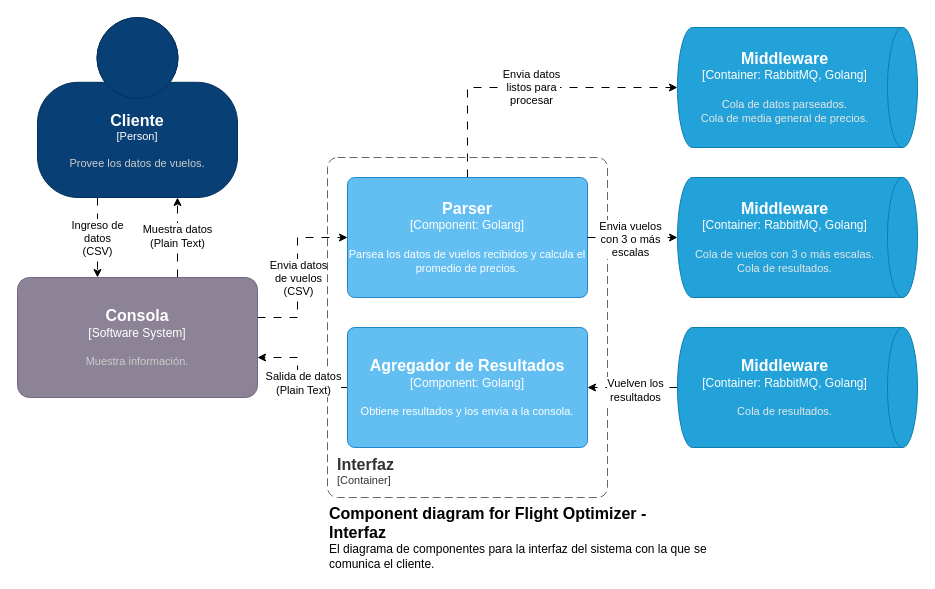
FranciscoPereira987/tp1-distribuidos-grupo5 keeps this draw.io diagram as page "Capa3-Boundaries" (3 of 7) of docs/diagramas/C4model.drawio. Above is the earlier version. Source tidied: cells renumbered, new cells numbered last; positions are measured from the earlier drawing's top-left corner, leaving out a move shared by most shapes. Both pictures are drawn from the tidied source at 100%, with x=0, y=0 at pixel (17, 17).
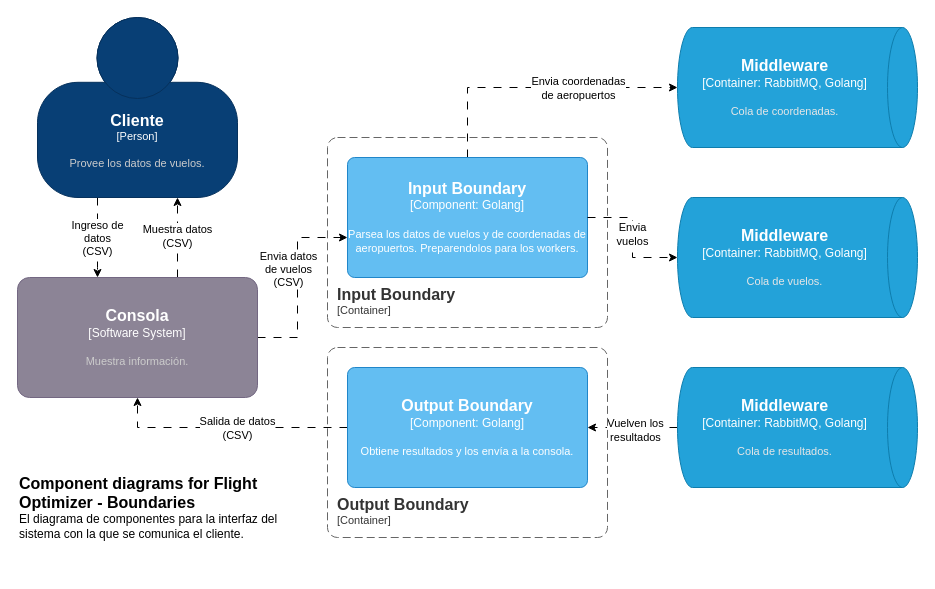
The same diagram, later.

Unchanged cells that the change refers to:
```xml
<mxCell id="14" style="edgeStyle=orthogonalEdgeStyle;rounded=0;jettySize=auto;html=1;dashed=1;dashPattern=8 8;" parent="1" edge="1" source="16" target="5">
  <mxGeometry relative="1" as="geometry">
    <Array as="points">
      <mxPoint x="160" y="250" />
      <mxPoint x="160" y="250" />
    </Array>
  </mxGeometry>
</mxCell>
<object id="16" label="&lt;font style=&quot;font-size: 16px&quot;&gt;&lt;b&gt;%c4Name%&lt;/b&gt;&lt;/font&gt;&lt;div&gt;[%c4Type%]&lt;/div&gt;&lt;br&gt;&lt;div&gt;&lt;font style=&quot;font-size: 11px&quot;&gt;&lt;font color=&quot;#cccccc&quot;&gt;%c4Description%&lt;/font&gt;&lt;/div&gt;" c4Description="Muestra información." c4Name="Consola" c4Type="Software System" placeholders="1">
  <mxCell style="rounded=1;whiteSpace=wrap;html=1;labelBackgroundColor=none;fillColor=#8C8496;fontColor=#ffffff;align=center;arcSize=10;strokeColor=#736782;points=[[0.25,0,0],[0.5,0,0],[0.75,0,0],[1,0.25,0],[1,0.5,0],[1,0.75,0],[0.75,1,0],[0.5,1,0],[0.25,1,0],[0,0.75,0],[0,0.5,0],[0,0.25,0]];" parent="1" vertex="1">
    <mxGeometry y="260" width="240" height="120" as="geometry" />
  </mxCell>
</object>
<mxCell id="22" style="edgeStyle=orthogonalEdgeStyle;rounded=0;jettySize=auto;html=1;dashed=1;dashPattern=8 8;" parent="1" edge="1" source="10" target="24">
  <mxGeometry relative="1" as="geometry" />
</mxCell>
```

Change to the diagram source:
```diff
@@
-    <object id="2" label="&lt;font style=&quot;font-size: 16px&quot;&gt;&lt;b&gt;&lt;div style=&quot;text-align: left&quot;&gt;%c4Name%&lt;/div&gt;&lt;/b&gt;&lt;/font&gt;&lt;div style=&quot;text-align: left&quot;&gt;[%c4Application%]&lt;/div&gt;" c4Application="Container" c4Name="Interfaz" placeholders="1">
+    <object id="2" label="&lt;font style=&quot;font-size: 16px&quot;&gt;&lt;b&gt;&lt;div style=&quot;text-align: left&quot;&gt;%c4Name%&lt;/div&gt;&lt;/b&gt;&lt;/font&gt;&lt;div style=&quot;text-align: left&quot;&gt;[%c4Application%]&lt;/div&gt;" c4Application="Container" c4Name="Input Boundary" placeholders="1">
       <mxCell style="rounded=1;fontSize=11;whiteSpace=wrap;html=1;dashed=1;arcSize=20;fillColor=none;strokeColor=#666666;fontColor=#333333;labelBackgroundColor=none;align=left;verticalAlign=bottom;labelBorderColor=none;spacingTop=0;spacing=10;dashPattern=8 4;perimeter=rectanglePerimeter;noLabel=0;labelPadding=0;absoluteArcSize=1;" parent="1" vertex="1">
-        <mxGeometry x="310" y="140" width="280" height="340" as="geometry" />
+        <mxGeometry x="310" y="120" width="280" height="190" as="geometry" />
       </mxCell>
     </object>
@@
     <mxCell id="6" style="edgeStyle=orthogonalEdgeStyle;rounded=0;jettySize=auto;html=1;dashed=1;dashPattern=8 8;" parent="1" edge="1" source="10" target="17">
       <mxGeometry relative="1" as="geometry">
         <Array as="points">
-          <mxPoint x="450" y="140" />
-          <mxPoint x="450" y="140" />
+          <mxPoint x="450" y="70" />
         </Array>
       </mxGeometry>
     </mxCell>
-    <mxCell id="7" value="&lt;div&gt;Envia datos&lt;/div&gt;&lt;div&gt;listos para&lt;/div&gt;&lt;div&gt;procesar&lt;br&gt;&lt;/div&gt;" style="edgeLabel;html=1;align=center;verticalAlign=middle;" parent="6" vertex="1">
-      <mxGeometry x="0.02" y="1" relative="1" as="geometry" />
+    <mxCell id="7" value="&lt;div&gt;Envia coordenadas&lt;/div&gt;&lt;div&gt;de aeropuertos&lt;br&gt;&lt;/div&gt;" style="edgeLabel;html=1;align=center;verticalAlign=middle;" parent="6" vertex="1">
+      <mxGeometry x="0.02" y="1" relative="1" as="geometry">
+        <mxPoint x="37" y="1" as="offset" />
+      </mxGeometry>
     </mxCell>
     <mxCell id="8" style="edgeStyle=orthogonalEdgeStyle;rounded=0;jettySize=auto;html=1;dashed=1;dashPattern=8 8;" parent="1" edge="1" source="16" target="10">
       <mxGeometry relative="1" as="geometry">
         <Array as="points">
-          <mxPoint x="280" y="300" />
+          <mxPoint x="280" y="320" />
           <mxPoint x="280" y="220" />
         </Array>
       </mxGeometry>
     </mxCell>
     <mxCell id="9" value="&lt;div&gt;Envia datos&lt;/div&gt;&lt;div&gt;de vuelos&lt;/div&gt;&lt;div&gt;(CSV)&lt;br&gt;&lt;/div&gt;" style="edgeLabel;html=1;align=center;verticalAlign=middle;" parent="8" vertex="1">
       <mxGeometry x="-0.07" relative="1" as="geometry">
-        <mxPoint y="-1" as="offset" />
+        <mxPoint x="-10" y="-21" as="offset" />
       </mxGeometry>
     </mxCell>
-    <object id="10" label="&lt;font style=&quot;font-size: 16px&quot;&gt;&lt;b&gt;%c4Name%&lt;/b&gt;&lt;/font&gt;&lt;div&gt;[%c4Type%: %c4Technology%]&lt;/div&gt;&lt;br&gt;&lt;div&gt;&lt;font style=&quot;font-size: 11px&quot;&gt;%c4Description%&lt;/font&gt;&lt;/div&gt;" c4Description="Parsea los datos de vuelos recibidos y calcula el promedio de precios." c4Name="Parser" c4Technology="Golang" c4Type="Component" placeholders="1">
+    <object id="10" label="&lt;font style=&quot;font-size: 16px&quot;&gt;&lt;b&gt;%c4Name%&lt;/b&gt;&lt;/font&gt;&lt;div&gt;[%c4Type%: %c4Technology%]&lt;/div&gt;&lt;br&gt;&lt;div&gt;&lt;font style=&quot;font-size: 11px&quot;&gt;%c4Description%&lt;/font&gt;&lt;/div&gt;" c4Description="Parsea los datos de vuelos y de coordenadas de aeropuertos. Preparendolos para los workers." c4Name="Input Boundary" c4Technology="Golang" c4Type="Component" placeholders="1">
       <mxCell style="rounded=1;whiteSpace=wrap;html=1;labelBackgroundColor=none;fillColor=#63BEF2;fontColor=#ffffff;align=center;arcSize=6;strokeColor=#2086C9;points=[[0.25,0,0],[0.5,0,0],[0.75,0,0],[1,0.25,0],[1,0.5,0],[1,0.75,0],[0.75,1,0],[0.5,1,0],[0.25,1,0],[0,0.75,0],[0,0.5,0],[0,0.25,0]];" parent="1" vertex="1">
-        <mxGeometry x="330" y="160" width="240" height="120" as="geometry" />
+        <mxGeometry x="330" y="140" width="240" height="120" as="geometry" />
       </mxCell>
     </object>
     <mxCell id="11" style="edgeStyle=orthogonalEdgeStyle;rounded=0;jettySize=auto;html=1;dashed=1;dashPattern=8 8;" parent="1" edge="1" source="13" target="16">
       <mxGeometry relative="1" as="geometry">
         <Array as="points">
-          <mxPoint x="280" y="370" />
-          <mxPoint x="280" y="340" />
+          <mxPoint x="120" y="410" />
         </Array>
       </mxGeometry>
     </mxCell>
-    <mxCell id="12" value="&lt;div&gt;Salida de datos&lt;/div&gt;&lt;div&gt;(Plain Text)&lt;br&gt;&lt;/div&gt;" style="edgeLabel;html=1;align=center;verticalAlign=middle;" parent="11" vertex="1">
+    <mxCell id="12" value="&lt;div&gt;Salida de datos&lt;/div&gt;&lt;div&gt;(CSV)&lt;br&gt;&lt;/div&gt;" style="edgeLabel;html=1;align=center;verticalAlign=middle;" parent="11" vertex="1">
       <mxGeometry x="0.24" y="2" relative="1" as="geometry">
-        <mxPoint x="7" y="19" as="offset" />
+        <mxPoint x="38" y="-2" as="offset" />
       </mxGeometry>
     </mxCell>
-    <object id="13" label="&lt;font style=&quot;font-size: 16px&quot;&gt;&lt;b&gt;%c4Name%&lt;/b&gt;&lt;/font&gt;&lt;div&gt;[%c4Type%: %c4Technology%]&lt;/div&gt;&lt;br&gt;&lt;div&gt;&lt;font style=&quot;font-size: 11px&quot;&gt;%c4Description%&lt;/font&gt;&lt;/div&gt;" c4Description="Obtiene resultados y los envía a la consola." c4Name="Agregador de Resultados" c4Technology="Golang" c4Type="Component" placeholders="1">
+    <object id="13" label="&lt;font style=&quot;font-size: 16px&quot;&gt;&lt;b&gt;%c4Name%&lt;/b&gt;&lt;/font&gt;&lt;div&gt;[%c4Type%: %c4Technology%]&lt;/div&gt;&lt;br&gt;&lt;div&gt;&lt;font style=&quot;font-size: 11px&quot;&gt;%c4Description%&lt;/font&gt;&lt;/div&gt;" c4Description="Obtiene resultados y los envía a la consola." c4Name="Output Boundary" c4Technology="Golang" c4Type="Component" placeholders="1">
       <mxCell style="rounded=1;whiteSpace=wrap;html=1;labelBackgroundColor=none;fillColor=#63BEF2;fontColor=#ffffff;align=center;arcSize=6;strokeColor=#2086C9;points=[[0.25,0,0],[0.5,0,0],[0.75,0,0],[1,0.25,0],[1,0.5,0],[1,0.75,0],[0.75,1,0],[0.5,1,0],[0.25,1,0],[0,0.75,0],[0,0.5,0],[0,0.25,0]];" parent="1" vertex="1">
-        <mxGeometry x="330" y="310" width="240" height="120" as="geometry" />
+        <mxGeometry x="330" y="350" width="240" height="120" as="geometry" />
       </mxCell>
     </object>
@@
-    <mxCell id="15" value="&lt;div&gt;Muestra datos&lt;/div&gt;&lt;div&gt;(Plain Text)&lt;br&gt;&lt;/div&gt;" style="edgeLabel;html=1;align=center;verticalAlign=middle;" parent="14" vertex="1">
+    <mxCell id="15" value="&lt;div&gt;Muestra datos&lt;/div&gt;&lt;div&gt;(CSV)&lt;br&gt;&lt;/div&gt;" style="edgeLabel;html=1;align=center;verticalAlign=middle;" parent="14" vertex="1">
       <mxGeometry x="0.05" y="1" relative="1" as="geometry" />
     </mxCell>
@@
-    <object id="17" label="&lt;font style=&quot;font-size: 16px&quot;&gt;&lt;b&gt;%c4Type%&lt;/b&gt;&lt;/font&gt;&lt;div&gt;[%c4Container%:&amp;nbsp;%c4Technology%]&lt;/div&gt;&lt;br&gt;&lt;div&gt;&lt;font style=&quot;font-size: 11px&quot;&gt;&lt;font color=&quot;#E6E6E6&quot;&gt;%c4Description%&lt;/font&gt;&lt;/div&gt;" c4Container="Container" c4Description="Cola de datos parseados.&#10;Cola de media general de precios." c4Technology="RabbitMQ, Golang" c4Type="Middleware" placeholders="1">
+    <object id="17" label="&lt;font style=&quot;font-size: 16px&quot;&gt;&lt;b&gt;%c4Type%&lt;/b&gt;&lt;/font&gt;&lt;div&gt;[%c4Container%:&amp;nbsp;%c4Technology%]&lt;/div&gt;&lt;br&gt;&lt;div&gt;&lt;font style=&quot;font-size: 11px&quot;&gt;&lt;font color=&quot;#E6E6E6&quot;&gt;%c4Description%&lt;/font&gt;&lt;/div&gt;" c4Container="Container" c4Description="Cola de coordenadas." c4Technology="RabbitMQ, Golang" c4Type="Middleware" placeholders="1">
       <mxCell style="shape=cylinder3;size=15;direction=south;whiteSpace=wrap;html=1;boundedLbl=1;rounded=0;labelBackgroundColor=none;fillColor=#23A2D9;fontSize=12;fontColor=#ffffff;align=center;strokeColor=#0E7DAD;points=[[0.5,0,0],[1,0.25,0],[1,0.5,0],[1,0.75,0],[0.5,1,0],[0,0.75,0],[0,0.5,0],[0,0.25,0]];" parent="1" vertex="1">
         <mxGeometry x="660" y="10" width="240" height="120" as="geometry" />
       </mxCell>
     </object>
@@
     <object id="20" label="&lt;font style=&quot;font-size: 16px&quot;&gt;&lt;b&gt;%c4Type%&lt;/b&gt;&lt;/font&gt;&lt;div&gt;[%c4Container%:&amp;nbsp;%c4Technology%]&lt;/div&gt;&lt;br&gt;&lt;div&gt;&lt;font style=&quot;font-size: 11px&quot;&gt;&lt;font color=&quot;#E6E6E6&quot;&gt;%c4Description%&lt;/font&gt;&lt;/div&gt;" c4Container="Container" c4Description="Cola de resultados." c4Technology="RabbitMQ, Golang" c4Type="Middleware" placeholders="1">
       <mxCell style="shape=cylinder3;size=15;direction=south;whiteSpace=wrap;html=1;boundedLbl=1;rounded=0;labelBackgroundColor=none;fillColor=#23A2D9;fontSize=12;fontColor=#ffffff;align=center;strokeColor=#0E7DAD;points=[[0.5,0,0],[1,0.25,0],[1,0.5,0],[1,0.75,0],[0.5,1,0],[0,0.75,0],[0,0.5,0],[0,0.25,0]];" parent="1" vertex="1">
-        <mxGeometry x="660" y="310" width="240" height="120" as="geometry" />
+        <mxGeometry x="660" y="350" width="240" height="120" as="geometry" />
       </mxCell>
     </object>
-    <object id="21" label="&lt;font style=&quot;font-size: 16px&quot;&gt;&lt;b&gt;&lt;div style=&quot;text-align: left&quot;&gt;%c4Name%&lt;/div&gt;&lt;/b&gt;&lt;/font&gt;&lt;div style=&quot;text-align: left&quot;&gt;%c4Description%&lt;/div&gt;" c4Description="El diagrama de componentes para la interfaz del sistema con la que se comunica el cliente." c4Name="Component diagram for Flight Optimizer - Interfaz" placeholders="1">
+    <object id="21" label="&lt;font style=&quot;font-size: 16px&quot;&gt;&lt;b&gt;&lt;div style=&quot;text-align: left&quot;&gt;%c4Name%&lt;/div&gt;&lt;/b&gt;&lt;/font&gt;&lt;div style=&quot;text-align: left&quot;&gt;%c4Description%&lt;/div&gt;" c4Description="El diagrama de componentes para la interfaz del sistema con la que se comunica el cliente." c4Name="Component diagrams for Flight Optimizer - Boundaries" placeholders="1">
       <mxCell style="text;html=1;strokeColor=none;fillColor=none;align=left;verticalAlign=top;whiteSpace=wrap;rounded=0;" parent="1" vertex="1">
-        <mxGeometry x="310" y="480" width="380" height="60" as="geometry" />
+        <mxGeometry y="450" width="270" height="60" as="geometry" />
       </mxCell>
     </object>
@@
-    <mxCell id="23" value="&lt;div&gt;Envia vuelos&lt;/div&gt;&lt;div&gt;con 3 o más&lt;/div&gt;&lt;div&gt;escalas&lt;/div&gt;" style="edgeLabel;html=1;align=center;verticalAlign=middle;" parent="22" vertex="1">
+    <mxCell id="23" value="&lt;div&gt;Envia&lt;/div&gt;&lt;div&gt;vuelos&lt;/div&gt;" style="edgeLabel;html=1;align=center;verticalAlign=middle;" parent="22" vertex="1">
       <mxGeometry x="-0.06" y="-1" relative="1" as="geometry" />
     </mxCell>
-    <object id="24" label="&lt;font style=&quot;font-size: 16px&quot;&gt;&lt;b&gt;%c4Type%&lt;/b&gt;&lt;/font&gt;&lt;div&gt;[%c4Container%:&amp;nbsp;%c4Technology%]&lt;/div&gt;&lt;br&gt;&lt;div&gt;&lt;font style=&quot;font-size: 11px&quot;&gt;&lt;font color=&quot;#E6E6E6&quot;&gt;%c4Description%&lt;/font&gt;&lt;/div&gt;" c4Container="Container" c4Description="Cola de vuelos con 3 o más escalas.&#10;Cola de resultados." c4Technology="RabbitMQ, Golang" c4Type="Middleware" placeholders="1">
+    <object id="24" label="&lt;font style=&quot;font-size: 16px&quot;&gt;&lt;b&gt;%c4Type%&lt;/b&gt;&lt;/font&gt;&lt;div&gt;[%c4Container%:&amp;nbsp;%c4Technology%]&lt;/div&gt;&lt;br&gt;&lt;div&gt;&lt;font style=&quot;font-size: 11px&quot;&gt;&lt;font color=&quot;#E6E6E6&quot;&gt;%c4Description%&lt;/font&gt;&lt;/div&gt;" c4Container="Container" c4Description="Cola de vuelos." c4Technology="RabbitMQ, Golang" c4Type="Middleware" placeholders="1">
       <mxCell style="shape=cylinder3;size=15;direction=south;whiteSpace=wrap;html=1;boundedLbl=1;rounded=0;labelBackgroundColor=none;fillColor=#23A2D9;fontSize=12;fontColor=#ffffff;align=center;strokeColor=#0E7DAD;points=[[0.5,0,0],[1,0.25,0],[1,0.5,0],[1,0.75,0],[0.5,1,0],[0,0.75,0],[0,0.5,0],[0,0.25,0]];" parent="1" vertex="1">
-        <mxGeometry x="660" y="160" width="240" height="120" as="geometry" />
+        <mxGeometry x="660" y="180" width="240" height="120" as="geometry" />
       </mxCell>
     </object>
+    <object id="25" label="&lt;font style=&quot;font-size: 16px&quot;&gt;&lt;b&gt;&lt;div style=&quot;text-align: left&quot;&gt;%c4Name%&lt;/div&gt;&lt;/b&gt;&lt;/font&gt;&lt;div style=&quot;text-align: left&quot;&gt;[%c4Application%]&lt;/div&gt;" c4Application="Container" c4Name="Output Boundary" placeholders="1">
+      <mxCell style="rounded=1;fontSize=11;whiteSpace=wrap;html=1;dashed=1;arcSize=20;fillColor=none;strokeColor=#666666;fontColor=#333333;labelBackgroundColor=none;align=left;verticalAlign=bottom;labelBorderColor=none;spacingTop=0;spacing=10;dashPattern=8 4;perimeter=rectanglePerimeter;noLabel=0;labelPadding=0;absoluteArcSize=1;" parent="1" vertex="1">
+        <mxGeometry x="310" y="330" width="280" height="190" as="geometry" />
+      </mxCell>
+    </object>
```
